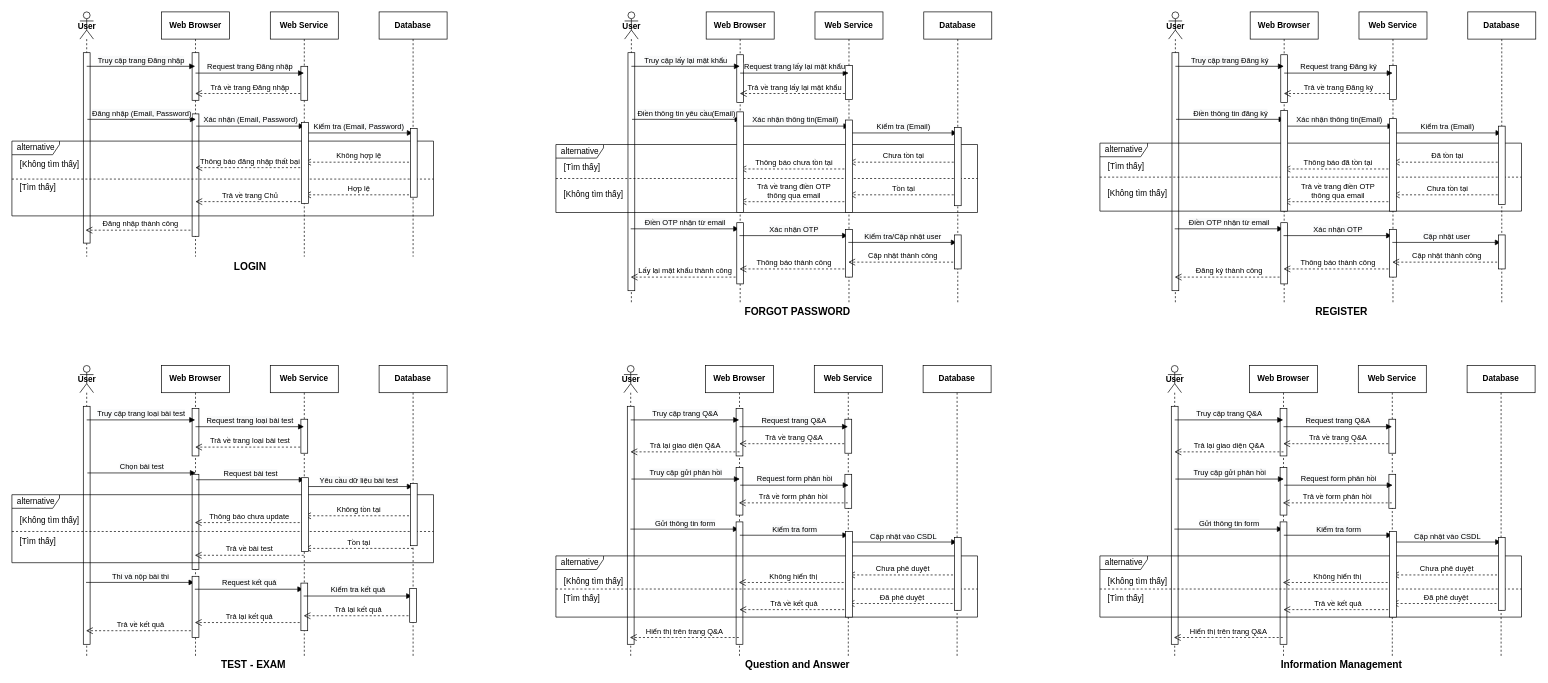
Above: page "Sequence Diagram" (4 of 5) of ToeicTestSystemManagementProjectDiagram.drawio in SangSama/ToeicTestSystemManagementProject (draw.io), before the change. Source tidied: cells renumbered, new cells numbered last; positions are measured from the earlier drawing's top-left corner, leaving out a move shared by most shapes. Both pictures are drawn from the tidied source at 68%, with x=0, y=0 at pixel (12, 12).
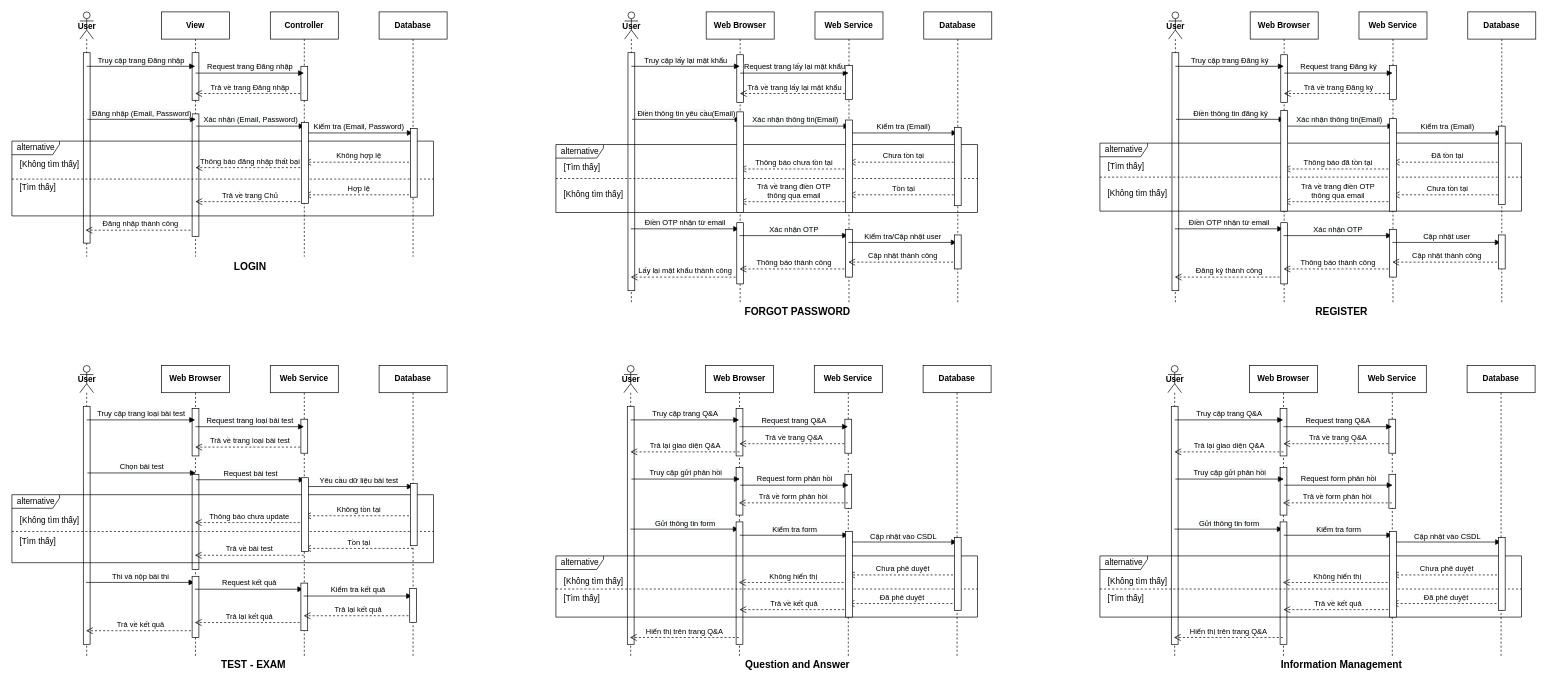
Above is the later version.

Unchanged cells that the change refers to:
```xml
<mxCell id="110" style="group;" parent="1" vertex="1">
  <mxGeometry width="640" height="384" as="geometry" />
</mxCell>
```

What changed in the source:
```diff
@@
-    <mxCell id="113" value="Web Browser" style="shape=umlLifeline;perimeter=lifelinePerimeter;whiteSpace=wrap;html=1;outlineConnect=0;fontStyle=1;" parent="110" vertex="1">
+    <mxCell id="113" value="View" style="shape=umlLifeline;perimeter=lifelinePerimeter;whiteSpace=wrap;html=1;outlineConnect=0;fontStyle=1;" parent="110" vertex="1">
       <mxGeometry x="220" width="100" height="360" as="geometry" />
     </mxCell>
@@
-    <mxCell id="117" value="Web Service" style="shape=umlLifeline;perimeter=lifelinePerimeter;whiteSpace=wrap;html=1;outlineConnect=0;fontStyle=1;" parent="110" vertex="1">
+    <mxCell id="117" value="Controller" style="shape=umlLifeline;perimeter=lifelinePerimeter;whiteSpace=wrap;html=1;outlineConnect=0;fontStyle=1;" parent="110" vertex="1">
       <mxGeometry x="380" width="100" height="360" as="geometry" />
     </mxCell>
```
